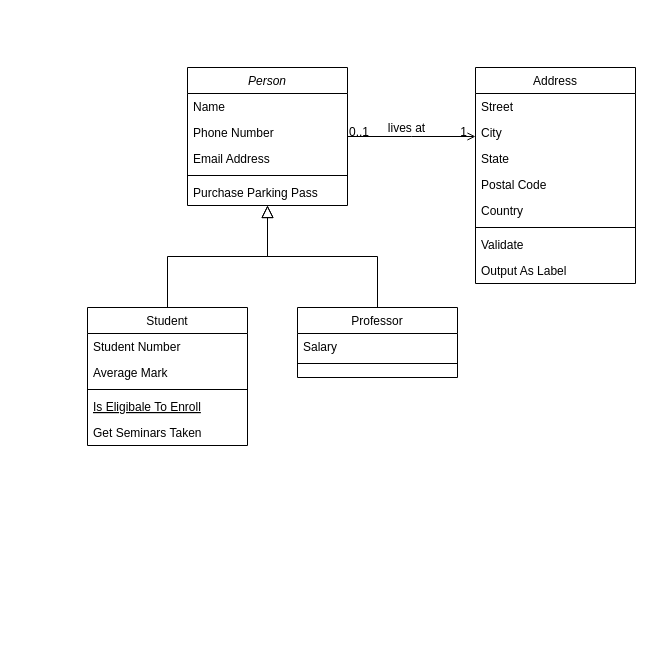
Earlier version of the draw.io diagram Untitled Diagram.drawio (simple-kss/YolNowBackend). Source tidied: cells renumbered, new cells numbered last; positions are measured from the earlier drawing's top-left corner, leaving out a move shared by most shapes. Both pictures are drawn from the tidied source at 100%, with x=0, y=0 at pixel (87, 67).
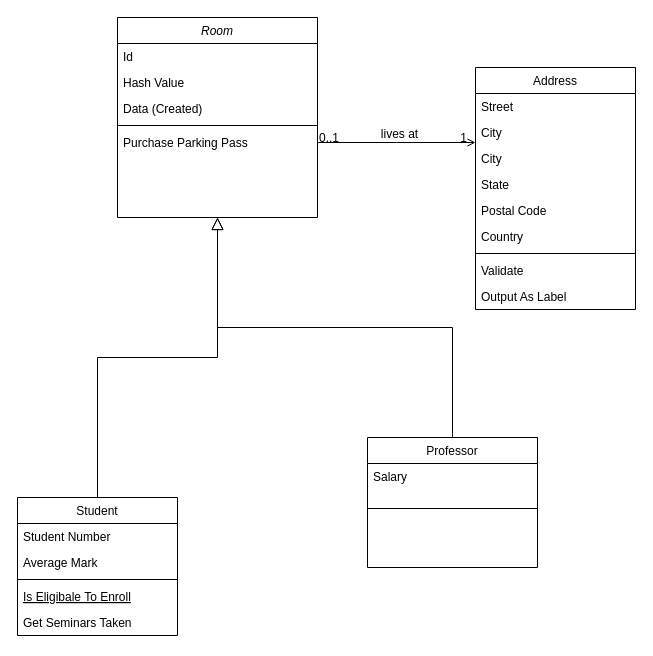
After the change.

Change to the diagram source:
```diff
@@
-    <mxCell id="2" value="Person" style="swimlane;fontStyle=2;align=center;verticalAlign=top;horizontal=1;startSize=26;rounded=0;shadow=0;strokeWidth=1;" parent="1" vertex="1">
-      <mxGeometry x="100" width="160" height="138" as="geometry" />
+    <mxCell id="2" value="Room" style="swimlane;fontStyle=2;align=center;verticalAlign=top;horizontal=1;startSize=26;rounded=0;shadow=0;strokeWidth=1;" parent="1" vertex="1">
+      <mxGeometry x="30" y="-50" width="200" height="200" as="geometry" />
     </mxCell>
-    <mxCell id="3" value="Name" style="text;align=left;verticalAlign=top;spacingLeft=4;spacingRight=4;overflow=hidden;" parent="2" vertex="1">
-      <mxGeometry y="26" width="160" height="26" as="geometry" />
+    <mxCell id="3" value="Id" style="text;align=left;verticalAlign=top;spacingLeft=4;spacingRight=4;overflow=hidden;" parent="2" vertex="1">
+      <mxGeometry y="26" width="200" height="26" as="geometry" />
     </mxCell>
-    <mxCell id="4" value="Phone Number" style="text;align=left;verticalAlign=top;spacingLeft=4;spacingRight=4;overflow=hidden;rounded=0;shadow=0;html=0;" parent="2" vertex="1">
-      <mxGeometry y="52" width="160" height="26" as="geometry" />
+    <mxCell id="4" value="Hash Value&#10;" style="text;align=left;verticalAlign=top;spacingLeft=4;spacingRight=4;overflow=hidden;rounded=0;shadow=0;html=0;" parent="2" vertex="1">
+      <mxGeometry y="52" width="200" height="26" as="geometry" />
     </mxCell>
-    <mxCell id="5" value="Email Address" style="text;align=left;verticalAlign=top;spacingLeft=4;spacingRight=4;overflow=hidden;rounded=0;shadow=0;html=0;" parent="2" vertex="1">
-      <mxGeometry y="78" width="160" height="26" as="geometry" />
+    <mxCell id="5" value="Data (Created)" style="text;align=left;verticalAlign=top;spacingLeft=4;spacingRight=4;overflow=hidden;rounded=0;shadow=0;html=0;" parent="2" vertex="1">
+      <mxGeometry y="78" width="200" height="26" as="geometry" />
     </mxCell>
     <mxCell id="6" style="line;html=1;strokeWidth=1;align=left;verticalAlign=middle;spacingTop=-1;spacingLeft=3;spacingRight=3;labelPosition=right;" parent="2" vertex="1">
-      <mxGeometry y="104" width="160" height="8" as="geometry" />
+      <mxGeometry y="104" width="200" height="8" as="geometry" />
     </mxCell>
     <mxCell id="7" value="Purchase Parking Pass" style="text;align=left;verticalAlign=top;spacingLeft=4;spacingRight=4;overflow=hidden;" parent="2" vertex="1">
-      <mxGeometry y="112" width="160" height="26" as="geometry" />
+      <mxGeometry y="112" width="200" height="26" as="geometry" />
     </mxCell>
     <mxCell id="8" value="Student" style="swimlane;fontStyle=0;align=center;verticalAlign=top;horizontal=1;startSize=26;rounded=0;shadow=0;strokeWidth=1;" parent="1" vertex="1">
-      <mxGeometry y="240" width="160" height="138" as="geometry" />
+      <mxGeometry x="-70" y="430" width="160" height="138" as="geometry" />
     </mxCell>
@@
     <mxCell id="15" value="Professor" style="swimlane;fontStyle=0;align=center;verticalAlign=top;horizontal=1;startSize=26;rounded=0;shadow=0;strokeWidth=1;" parent="1" vertex="1">
-      <mxGeometry x="210" y="240" width="160" height="70" as="geometry" />
+      <mxGeometry x="280" y="370" width="170" height="130" as="geometry" />
     </mxCell>
     <mxCell id="16" value="Salary" style="text;align=left;verticalAlign=top;spacingLeft=4;spacingRight=4;overflow=hidden;" parent="15" vertex="1">
-      <mxGeometry y="26" width="160" height="26" as="geometry" />
+      <mxGeometry y="26" width="170" height="26" as="geometry" />
     </mxCell>
     <mxCell id="17" style="line;html=1;strokeWidth=1;align=left;verticalAlign=middle;spacingTop=-1;spacingLeft=3;spacingRight=3;labelPosition=right;" parent="15" vertex="1">
-      <mxGeometry y="52" width="160" height="8" as="geometry" />
+      <mxGeometry y="52" width="170" height="38" as="geometry" />
     </mxCell>
@@
     <mxCell id="19" value="Address" style="swimlane;fontStyle=0;align=center;verticalAlign=top;horizontal=1;startSize=26;rounded=0;shadow=0;strokeWidth=1;" parent="1" vertex="1">
-      <mxGeometry x="388" width="160" height="216" as="geometry" />
+      <mxGeometry x="388" width="160" height="242" as="geometry" />
     </mxCell>
@@
+    <mxCell id="32" value="City" style="text;align=left;verticalAlign=top;spacingLeft=4;spacingRight=4;overflow=hidden;rounded=0;shadow=0;html=0;" parent="19" vertex="1">
+      <mxGeometry y="52" width="160" height="26" as="geometry" />
+    </mxCell>
     <mxCell id="21" value="City" style="text;align=left;verticalAlign=top;spacingLeft=4;spacingRight=4;overflow=hidden;rounded=0;shadow=0;html=0;" parent="19" vertex="1">
-      <mxGeometry y="52" width="160" height="26" as="geometry" />
+      <mxGeometry y="78" width="160" height="26" as="geometry" />
     </mxCell>
     <mxCell id="22" value="State" style="text;align=left;verticalAlign=top;spacingLeft=4;spacingRight=4;overflow=hidden;rounded=0;shadow=0;html=0;" parent="19" vertex="1">
-      <mxGeometry y="78" width="160" height="26" as="geometry" />
+      <mxGeometry y="104" width="160" height="26" as="geometry" />
     </mxCell>
     <mxCell id="23" value="Postal Code" style="text;align=left;verticalAlign=top;spacingLeft=4;spacingRight=4;overflow=hidden;rounded=0;shadow=0;html=0;" parent="19" vertex="1">
-      <mxGeometry y="104" width="160" height="26" as="geometry" />
+      <mxGeometry y="130" width="160" height="26" as="geometry" />
     </mxCell>
     <mxCell id="24" value="Country" style="text;align=left;verticalAlign=top;spacingLeft=4;spacingRight=4;overflow=hidden;rounded=0;shadow=0;html=0;" parent="19" vertex="1">
-      <mxGeometry y="130" width="160" height="26" as="geometry" />
+      <mxGeometry y="156" width="160" height="26" as="geometry" />
     </mxCell>
     <mxCell id="25" style="line;html=1;strokeWidth=1;align=left;verticalAlign=middle;spacingTop=-1;spacingLeft=3;spacingRight=3;labelPosition=right;" parent="19" vertex="1">
-      <mxGeometry y="156" width="160" height="8" as="geometry" />
+      <mxGeometry y="182" width="160" height="8" as="geometry" />
     </mxCell>
     <mxCell id="26" value="Validate" style="text;align=left;verticalAlign=top;spacingLeft=4;spacingRight=4;overflow=hidden;" parent="19" vertex="1">
-      <mxGeometry y="164" width="160" height="26" as="geometry" />
+      <mxGeometry y="190" width="160" height="26" as="geometry" />
     </mxCell>
     <mxCell id="27" value="Output As Label" style="text;align=left;verticalAlign=top;spacingLeft=4;spacingRight=4;overflow=hidden;" parent="19" vertex="1">
-      <mxGeometry y="190" width="160" height="26" as="geometry" />
+      <mxGeometry y="216" width="160" height="26" as="geometry" />
     </mxCell>
```
